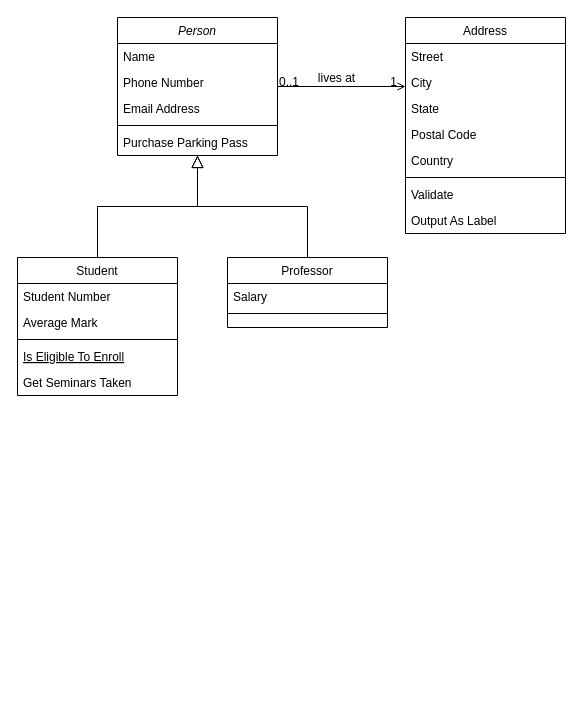
The draw.io diagram chip8er.drawio in pazworld/drawio, before the edit. Source tidied: cells renumbered, new cells numbered last; positions are measured from the earlier drawing's top-left corner, leaving out a move shared by most shapes. Both pictures are drawn from the tidied source at 100%, with x=0, y=0 at pixel (17, 17).
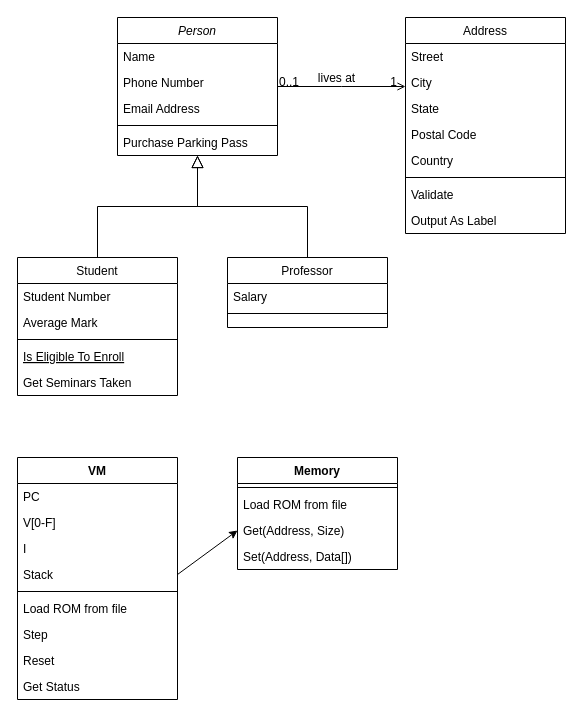
The same diagram, later.

Commit message:
add VM and Memory class

Diff of the diagram source:
```diff
@@
+    <mxCell id="32" value="VM" style="swimlane;fontStyle=1;align=center;verticalAlign=top;horizontal=1;startSize=26;" parent="1" vertex="1">
+      <mxGeometry y="440" width="160" height="242" as="geometry" />
+    </mxCell>
+    <mxCell id="33" value="PC" style="text;strokeColor=none;fillColor=none;align=left;verticalAlign=top;spacingLeft=4;spacingRight=4;overflow=hidden;" parent="32" vertex="1">
+      <mxGeometry y="26" width="160" height="26" as="geometry" />
+    </mxCell>
+    <mxCell id="34" value="V[0-F]" style="text;strokeColor=none;fillColor=none;align=left;verticalAlign=top;spacingLeft=4;spacingRight=4;overflow=hidden;" parent="32" vertex="1">
+      <mxGeometry y="52" width="160" height="26" as="geometry" />
+    </mxCell>
+    <mxCell id="35" value="I" style="text;strokeColor=none;fillColor=none;align=left;verticalAlign=top;spacingLeft=4;spacingRight=4;overflow=hidden;" parent="32" vertex="1">
+      <mxGeometry y="78" width="160" height="26" as="geometry" />
+    </mxCell>
+    <mxCell id="36" value="Stack" style="text;strokeColor=none;fillColor=none;align=left;verticalAlign=top;spacingLeft=4;spacingRight=4;overflow=hidden;points=[[0,0.5],[1,0.5]];portConstraint=eastwest;" parent="32" vertex="1">
+      <mxGeometry y="104" width="160" height="26" as="geometry" />
+    </mxCell>
+    <mxCell id="37" style="line;strokeWidth=1;fillColor=none;align=left;verticalAlign=middle;spacingTop=-1;spacingLeft=3;spacingRight=3;labelPosition=right;" parent="32" vertex="1">
+      <mxGeometry y="130" width="160" height="8" as="geometry" />
+    </mxCell>
+    <mxCell id="38" value="Load ROM from file" style="text;strokeColor=none;fillColor=none;align=left;verticalAlign=top;spacingLeft=4;spacingRight=4;overflow=hidden;" parent="32" vertex="1">
+      <mxGeometry y="138" width="160" height="26" as="geometry" />
+    </mxCell>
+    <mxCell id="39" value="Step" style="text;strokeColor=none;fillColor=none;align=left;verticalAlign=top;spacingLeft=4;spacingRight=4;overflow=hidden;" parent="32" vertex="1">
+      <mxGeometry y="164" width="160" height="26" as="geometry" />
+    </mxCell>
+    <mxCell id="40" value="Reset" style="text;strokeColor=none;fillColor=none;align=left;verticalAlign=top;spacingLeft=4;spacingRight=4;overflow=hidden;" parent="32" vertex="1">
+      <mxGeometry y="190" width="160" height="26" as="geometry" />
+    </mxCell>
+    <mxCell id="41" value="Get Status" style="text;strokeColor=none;fillColor=none;align=left;verticalAlign=top;spacingLeft=4;spacingRight=4;overflow=hidden;" parent="32" vertex="1">
+      <mxGeometry y="216" width="160" height="26" as="geometry" />
+    </mxCell>
+    <mxCell id="42" value="Memory" style="swimlane;fontStyle=1;align=center;verticalAlign=top;horizontal=1;startSize=26;" parent="1" vertex="1">
+      <mxGeometry x="220" y="440" width="160" height="112" as="geometry" />
+    </mxCell>
+    <mxCell id="43" style="line;strokeWidth=1;fillColor=none;align=left;verticalAlign=middle;spacingTop=-1;spacingLeft=3;spacingRight=3;labelPosition=right;" parent="42" vertex="1">
+      <mxGeometry y="26" width="160" height="8" as="geometry" />
+    </mxCell>
+    <mxCell id="44" value="Load ROM from file" style="text;strokeColor=none;fillColor=none;align=left;verticalAlign=top;spacingLeft=4;spacingRight=4;overflow=hidden;" parent="42" vertex="1">
+      <mxGeometry y="34" width="160" height="26" as="geometry" />
+    </mxCell>
+    <mxCell id="45" value="Get(Address, Size)" style="text;strokeColor=none;fillColor=none;align=left;verticalAlign=top;spacingLeft=4;spacingRight=4;overflow=hidden;points=[[0,0.5],[1,0.5]];portConstraint=eastwest;" parent="42" vertex="1">
+      <mxGeometry y="60" width="160" height="26" as="geometry" />
+    </mxCell>
+    <mxCell id="46" value="Set(Address, Data[])" style="text;strokeColor=none;fillColor=none;align=left;verticalAlign=top;spacingLeft=4;spacingRight=4;overflow=hidden;" parent="42" vertex="1">
+      <mxGeometry y="86" width="160" height="26" as="geometry" />
+    </mxCell>
+    <mxCell id="47" style="endArrow=classic;html=1;rounded=0;entryX=0;entryY=0.5;entryDx=0;entryDy=0;exitX=1;exitY=0.5;exitDx=0;exitDy=0;" parent="1" edge="1" source="36" target="45">
+      <mxGeometry relative="1" as="geometry" />
+    </mxCell>
```
